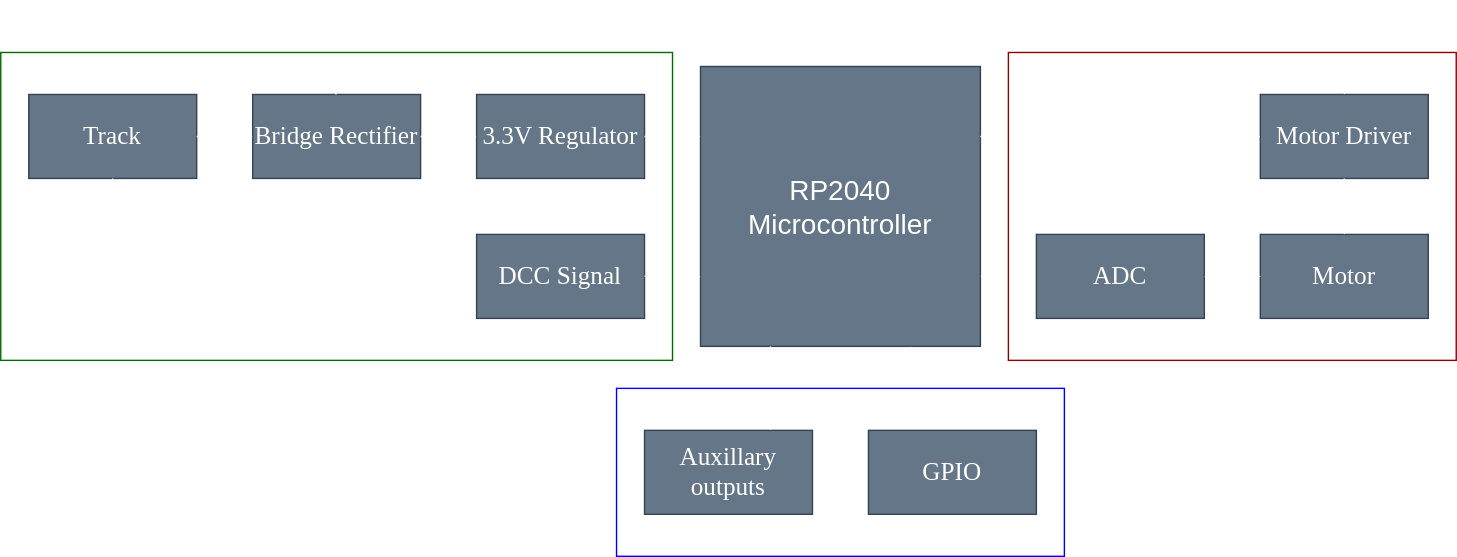
Above: Block_Diagram.svg in gab-k/RP2040-Decoder (draw.io), before the change. Source tidied: cells renumbered, new cells last; positions are measured from the earlier drawing's top-left corner, leaving out a move shared by most shapes.
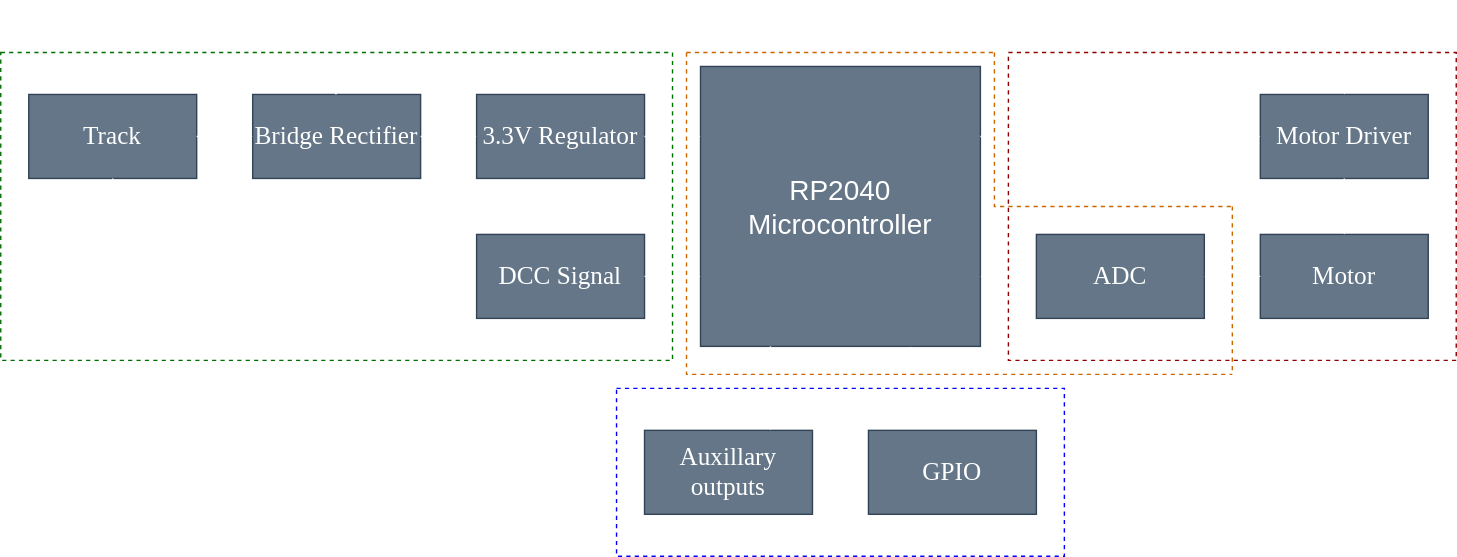
After the change.

The edit, as a diff of the source:
```diff
@@ -86,14 +86,44 @@
         </Array>
       </mxGeometry>
     </mxCell>
-    <mxCell id="26" style="rounded=0;whiteSpace=wrap;html=1;fontFamily=Lucida Console;fontSize=20;fillColor=none;strokeColor=#006E00;" parent="1" vertex="1">
+    <mxCell id="26" style="rounded=0;whiteSpace=wrap;html=1;fontFamily=Lucida Console;fontSize=20;fillColor=none;strokeColor=#006E00;dashed=1;" parent="1" vertex="1">
       <mxGeometry y="30" width="480" height="220" as="geometry" />
     </mxCell>
-    <mxCell id="27" style="rounded=0;whiteSpace=wrap;html=1;fontFamily=Lucida Console;fontSize=20;fillColor=none;strokeColor=#910000;" parent="1" vertex="1">
+    <mxCell id="27" style="rounded=0;whiteSpace=wrap;html=1;fontFamily=Lucida Console;fontSize=20;fillColor=none;strokeColor=#910000;dashed=1;" parent="1" vertex="1">
       <mxGeometry x="720" y="30" width="320" height="220" as="geometry" />
     </mxCell>
-    <mxCell id="28" style="rounded=0;whiteSpace=wrap;html=1;fontFamily=Lucida Console;fontSize=20;fillColor=none;strokeColor=#0000FF;" parent="1" vertex="1">
+    <mxCell id="28" style="rounded=0;whiteSpace=wrap;html=1;fontFamily=Lucida Console;fontSize=20;fillColor=none;strokeColor=#0000FF;dashed=1;" parent="1" vertex="1">
       <mxGeometry x="440" y="270" width="320" height="120" as="geometry" />
     </mxCell>
+    <mxCell id="29" style="endArrow=none;html=1;rounded=0;fontFamily=Lucida Console;fontSize=20;strokeColor=#CC6600;dashed=1;" parent="1" edge="1">
+      <mxGeometry relative="1" as="geometry">
+        <mxPoint x="490" y="30" as="sourcePoint" />
+        <mxPoint x="710" y="30" as="targetPoint" />
+      </mxGeometry>
+    </mxCell>
+    <mxCell id="30" style="endArrow=none;html=1;rounded=0;fontFamily=Lucida Console;fontSize=20;strokeColor=#CC6600;dashed=1;" parent="1" edge="1">
+      <mxGeometry relative="1" as="geometry">
+        <mxPoint x="710" y="30" as="sourcePoint" />
+        <mxPoint x="880" y="140" as="targetPoint" />
+        <Array as="points">
+          <mxPoint x="710" y="140" />
+        </Array>
+      </mxGeometry>
+    </mxCell>
+    <mxCell id="31" style="endArrow=none;html=1;rounded=0;fontFamily=Lucida Console;fontSize=20;strokeColor=#CC6600;dashed=1;" parent="1" edge="1">
+      <mxGeometry relative="1" as="geometry">
+        <mxPoint x="880" y="140" as="sourcePoint" />
+        <mxPoint x="880" y="260" as="targetPoint" />
+      </mxGeometry>
+    </mxCell>
+    <mxCell id="32" style="endArrow=none;html=1;rounded=0;fontFamily=Lucida Console;fontSize=20;strokeColor=#CC6600;dashed=1;" parent="1" edge="1">
+      <mxGeometry relative="1" as="geometry">
+        <mxPoint x="490" y="30" as="sourcePoint" />
+        <mxPoint x="880" y="260" as="targetPoint" />
+        <Array as="points">
+          <mxPoint x="490" y="260" />
+        </Array>
+      </mxGeometry>
+    </mxCell>
   </root>
 </mxGraphModel>
```
